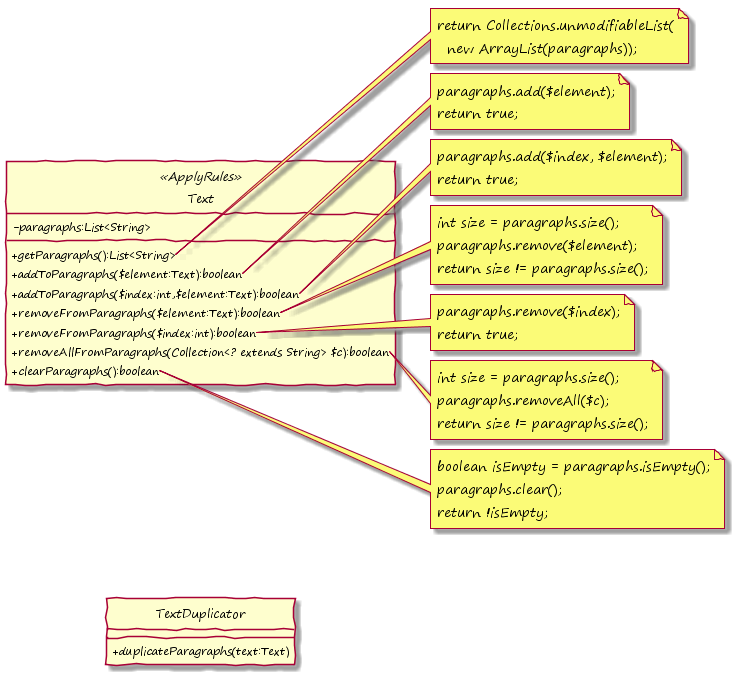
The PlantUML diagram images/PlantUML_Modification_GetterAdderRemover_Out.png in KirstenZa/xtend-etai, before a commit.
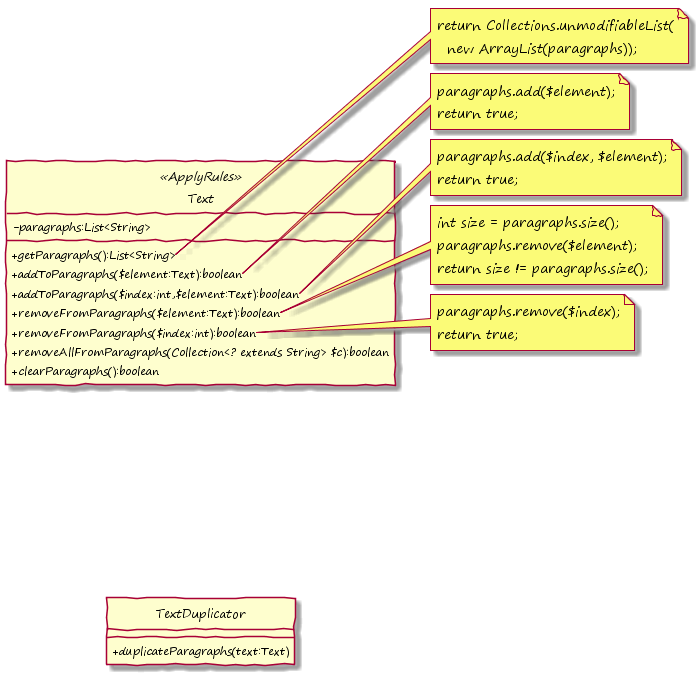
Later version of the same file.

What changed in the source:
```diff
@@ -22,7 +22,7 @@
 }
 
 
-note right of Text::getParagraphs
+note right of Text::getParagraphs()
   return Collections.unmodifiableList(
     new ArrayList(paragraphs));
 end note
@@ -48,7 +48,7 @@
   return true;
 end note
 
-note right of Text::removeAllFromParagraphs
+note right of Text::removeAllFromParagraphs()
   int size = paragraphs.size();
   paragraphs.removeAll($c);
   return size != paragraphs.size();
```
